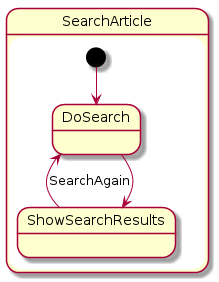
Earlier version of the PlantUML export documentation/uml/state/search/search.png (software-strijders/billy). Source of this version:
```plantuml
@startuml
state SearchArticle {
  [*] --> DoSearch
  DoSearch --> ShowSearchResults
  ShowSearchResults -left-> DoSearch : SearchAgain
}
@enduml
```
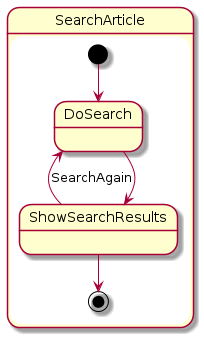
After the change.

Commit message:
Update some state diagrams

Change to the diagram source:
```diff
@@ -3,5 +3,6 @@
   [*] --> DoSearch
   DoSearch --> ShowSearchResults
   ShowSearchResults -left-> DoSearch : SearchAgain
+  ShowSearchResults --> [*]
 }
 @enduml
```
